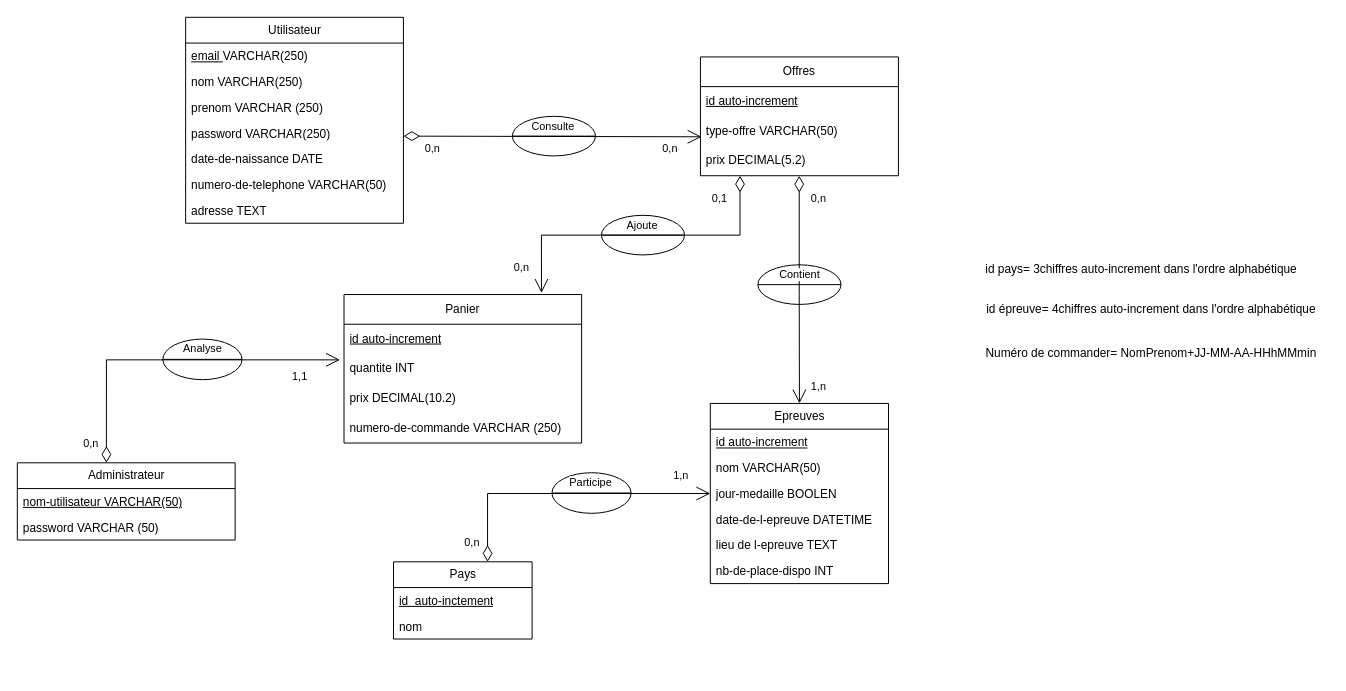
Before: Bloc3-Jo-2024.drawio in MakhloufiAdnan/bloc3_Jo2024_front, a draw.io diagram. Source tidied: cells renumbered, new cells numbered last; positions are measured from the earlier drawing's top-left corner, leaving out a move shared by most shapes. Both pictures are drawn from the tidied source at 99%, with x=0, y=0 at pixel (17, 17).
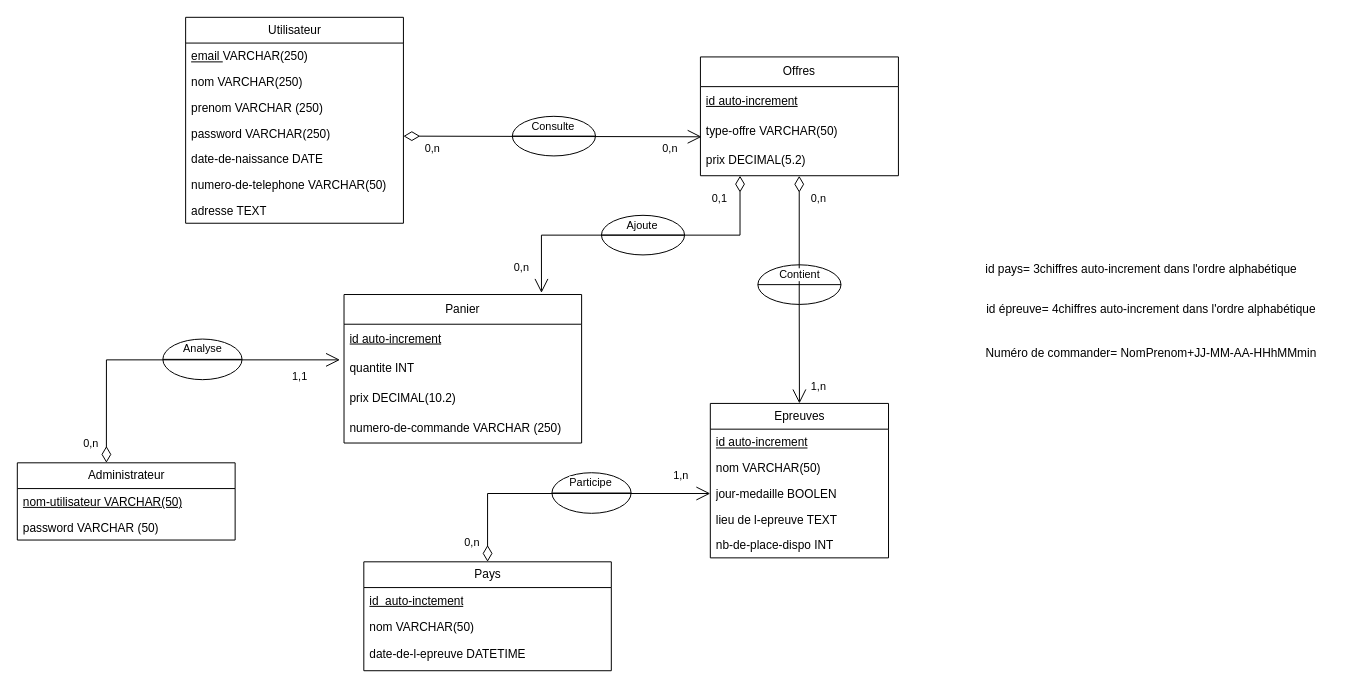
The same page after the edit.

Commit message:
Mettre à jour Bloc3-Jo-2024.drawio

Unchanged cells that the change refers to:
```xml
<mxCell id="18" value="prix DECIMAL(5.2)" style="text;strokeColor=none;fillColor=none;align=left;verticalAlign=middle;spacingLeft=4;spacingRight=4;overflow=hidden;points=[[0,0.5],[1,0.5]];portConstraint=eastwest;whiteSpace=wrap;html=1;" parent="15" vertex="1">
  <mxGeometry y="90" width="200" height="30" as="geometry" />
</mxCell>
```

The edit, as a diff of the source:
```diff
@@
     <mxCell id="19" value="Epreuves" style="swimlane;fontStyle=0;horizontal=1;startSize=26;fillColor=none;html=1;" parent="1" vertex="1">
-      <mxGeometry x="700" y="390" width="180" height="182" as="geometry" />
+      <mxGeometry x="700" y="390" width="180" height="156" as="geometry" />
     </mxCell>
@@
-    <mxCell id="23" value="date-de-l-epreuve DATETIME" style="text;strokeColor=none;fillColor=none;align=left;verticalAlign=top;spacingLeft=4;spacingRight=4;overflow=hidden;whiteSpace=wrap;html=1;" parent="19" vertex="1">
-      <mxGeometry y="104" width="180" height="26" as="geometry" />
-    </mxCell>
     <mxCell id="24" value="lieu de l-epreuve TEXT" style="text;strokeColor=none;fillColor=none;align=left;verticalAlign=top;spacingLeft=4;spacingRight=4;overflow=hidden;whiteSpace=wrap;html=1;" parent="19" vertex="1">
-      <mxGeometry y="130" width="180" height="26" as="geometry" />
+      <mxGeometry y="104" width="180" height="26" as="geometry" />
     </mxCell>
     <mxCell id="25" value="nb-de-place-dispo INT" style="text;strokeColor=none;fillColor=none;align=left;verticalAlign=top;spacingLeft=4;spacingRight=4;overflow=hidden;whiteSpace=wrap;html=1;" parent="19" vertex="1">
-      <mxGeometry y="156" width="180" height="26" as="geometry" />
+      <mxGeometry y="130" width="180" height="26" as="geometry" />
     </mxCell>
@@
     <mxCell id="32" value="Pays" style="swimlane;fontStyle=0;horizontal=1;startSize=26;fillColor=none;html=1;" parent="1" vertex="1">
-      <mxGeometry x="380" y="550" width="140" height="78" as="geometry" />
+      <mxGeometry x="350" y="550" width="250" height="110" as="geometry" />
     </mxCell>
     <mxCell id="33" value="&lt;u&gt;id&amp;nbsp; auto-inctement&lt;/u&gt;" style="text;strokeColor=none;fillColor=none;align=left;verticalAlign=top;spacingLeft=4;spacingRight=4;overflow=hidden;whiteSpace=wrap;html=1;" parent="32" vertex="1">
-      <mxGeometry y="26" width="140" height="26" as="geometry" />
+      <mxGeometry y="26" width="250" height="26" as="geometry" />
     </mxCell>
-    <mxCell id="34" value="nom" style="text;strokeColor=none;fillColor=none;align=left;verticalAlign=top;spacingLeft=4;spacingRight=4;overflow=hidden;whiteSpace=wrap;html=1;" parent="32" vertex="1">
-      <mxGeometry y="52" width="140" height="26" as="geometry" />
+    <mxCell id="34" value="nom VARCHAR(50)" style="text;strokeColor=none;fillColor=none;align=left;verticalAlign=top;spacingLeft=4;spacingRight=4;overflow=hidden;whiteSpace=wrap;html=1;" parent="32" vertex="1">
+      <mxGeometry y="52" width="250" height="28" as="geometry" />
     </mxCell>
+    <mxCell id="23" value="date-de-l-epreuve DATETIME" style="text;strokeColor=none;fillColor=none;align=left;verticalAlign=top;spacingLeft=4;spacingRight=4;overflow=hidden;whiteSpace=wrap;html=1;" parent="32" vertex="1">
+      <mxGeometry y="80" width="250" height="30" as="geometry" />
+    </mxCell>
@@
     <mxCell id="43" value="Contient" style="endArrow=open;html=1;endSize=12;startArrow=diamondThin;startSize=14;startFill=0;edgeStyle=orthogonalEdgeStyle;rounded=0;entryX=0.5;entryY=0;entryDx=0;entryDy=0;exitX=0.499;exitY=1.004;exitDx=0;exitDy=0;exitPerimeter=0;" parent="1" edge="1" source="18" target="19">
       <mxGeometry x="-0.13" relative="1" as="geometry">
         <Array as="points">
-          <mxPoint x="790" y="280" />
+          <mxPoint x="790" y="290" />
         </Array>
       </mxGeometry>
     </mxCell>
```
